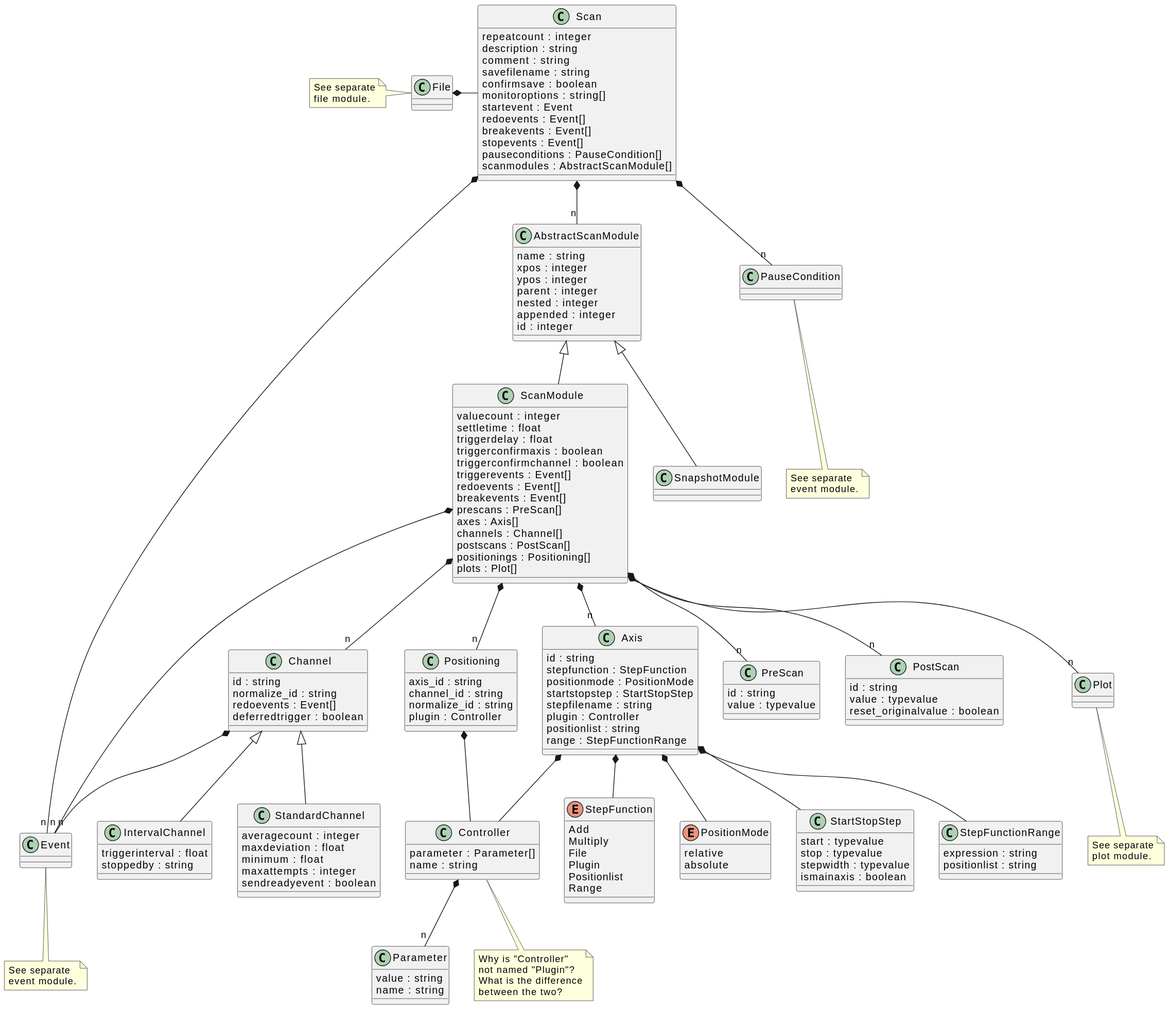
This is docs/uml/evedata.scan.entities.scan.svg from tillbiskup/evedata, a PlantUML export, as it was before one commit.
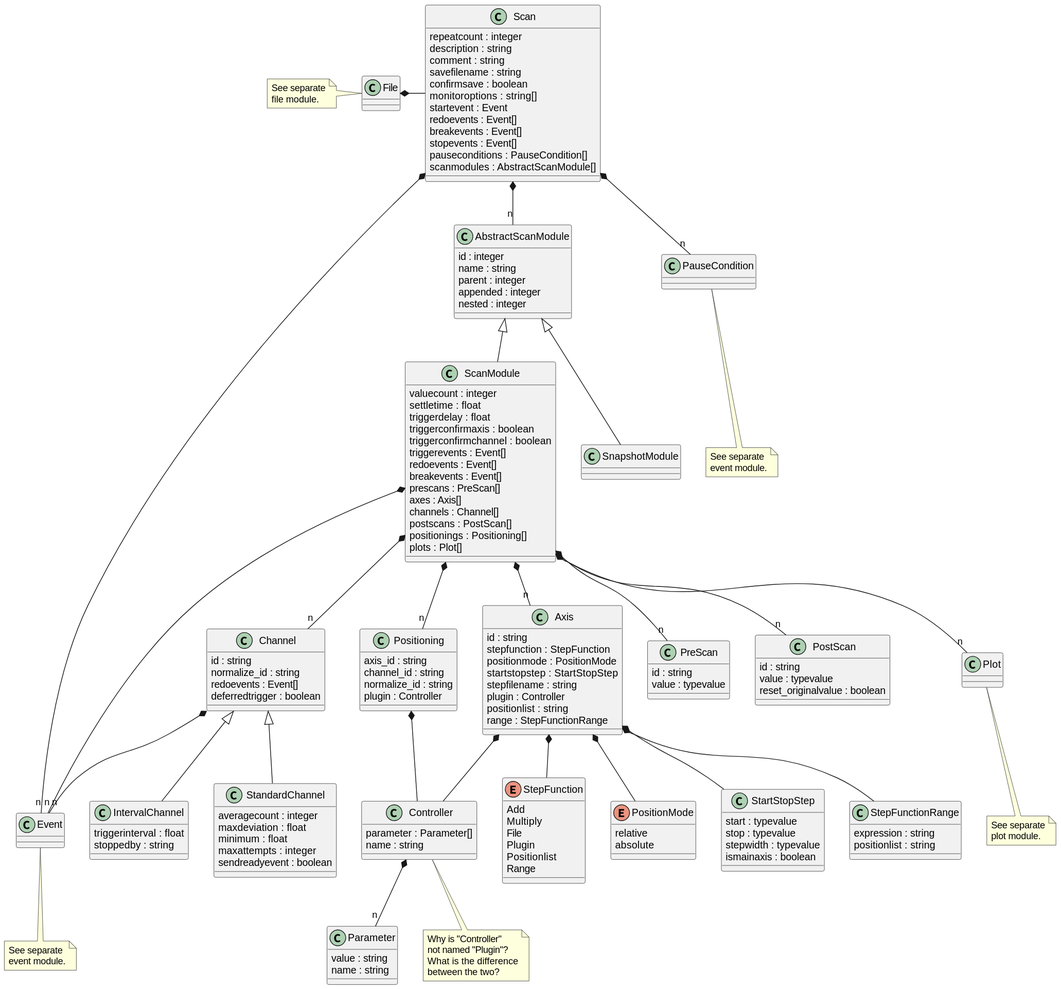
The same file after the commit.

Commit message:
Implement ScanModule class on evefile.entities level; adapt UML diagrams to reflect changes

Change to the diagram source:
```diff
@@ -24,13 +24,11 @@
 note left of File: See separate\nfile module.
 
 class AbstractScanModule {
+    id : integer
     name : string
-    xpos : integer
-    ypos : integer
     parent : integer
+    appended : integer
     nested : integer
-    appended : integer
-    id : integer
 }
 AbstractScanModule <|-- ScanModule
 AbstractScanModule <|-- SnapshotModule
```
